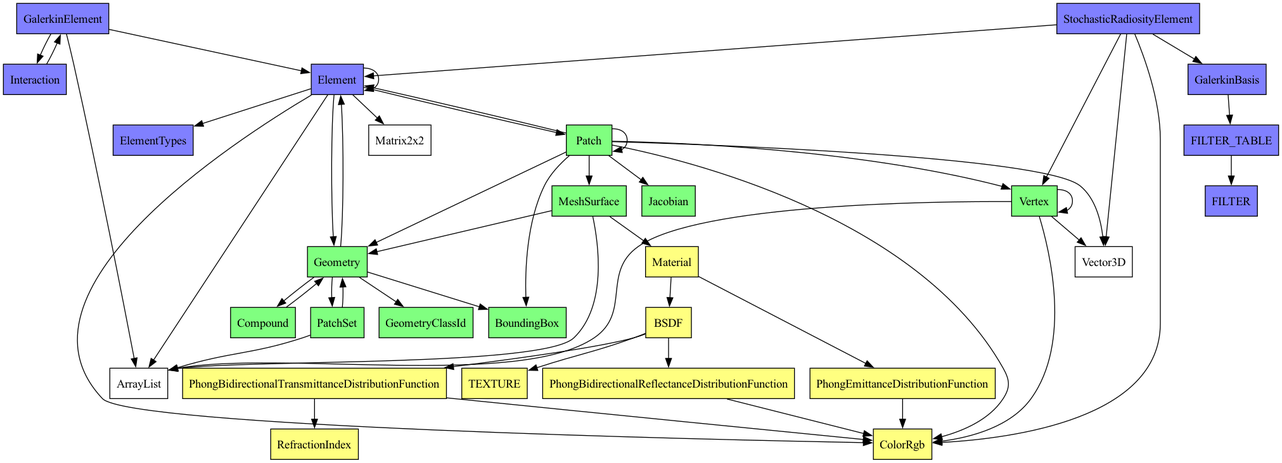
Earlier version of the Graphviz export doc/coreModelClasses.png (OscarChavarro/rpkCpp). Its source is kept beside it as doc/coreModelClasses.dot.
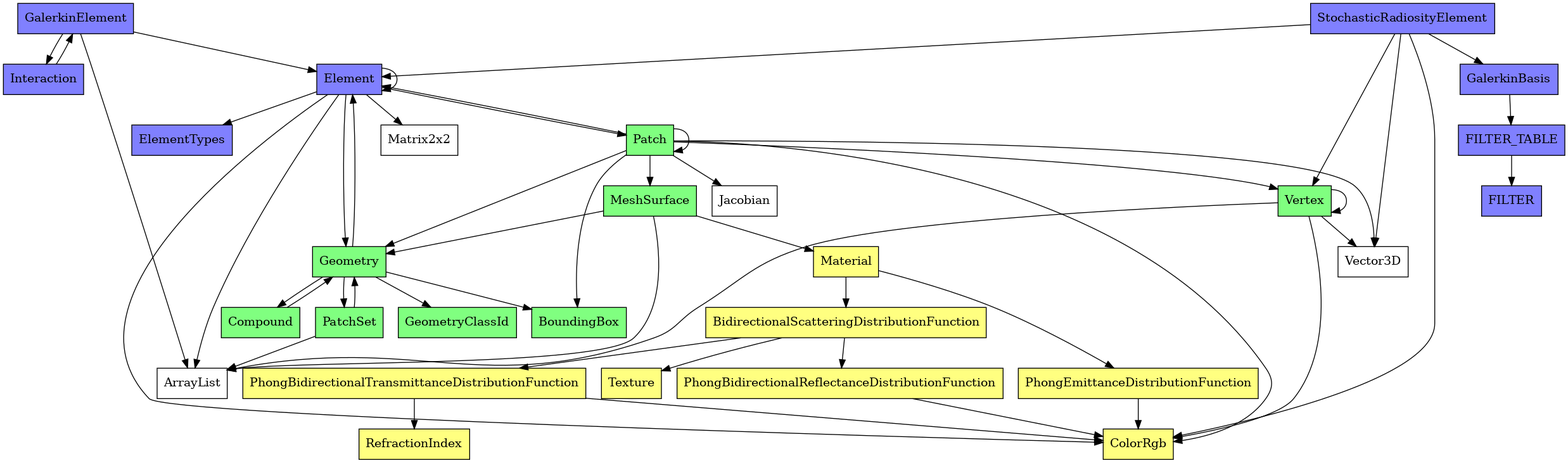
The same diagram one commit later.

Change to the diagram source:
```diff
@@ -18,14 +18,14 @@
     PatchSet [shape=box, style=filled, fillcolor="#80ff80"];
     Compound [shape=box, style=filled, fillcolor="#80ff80"];
     Vertex [shape=box, style=filled, fillcolor="#80ff80"];
-    Jacobian [shape=box, style=filled, fillcolor="#80ff80"];
+    Jacobian [shape=box];
     BoundingBox [shape=box, style=filled, fillcolor="#80ff80"];
     GeometryClassId [shape=box, style=filled, fillcolor="#80ff80"];
 
     Material [shape=box, style=filled, fillcolor="#ffff80"];
-    BSDF [shape=box, style=filled, fillcolor="#ffff80"];
+    BidirectionalScatteringDistributionFunction [shape=box, style=filled, fillcolor="#ffff80"];
     PhongEmittanceDistributionFunction [shape=box, style=filled, fillcolor="#ffff80"];
-    TEXTURE [shape=box, style=filled, fillcolor="#ffff80"];
+    Texture [shape=box, style=filled, fillcolor="#ffff80"];
     PhongBidirectionalTransmittanceDistributionFunction [shape=box, style=filled, fillcolor="#ffff80"];
     RefractionIndex [shape=box, style=filled, fillcolor="#ffff80"];
     PhongBidirectionalReflectanceDistributionFunction [shape=box, style=filled, fillcolor="#ffff80"];
@@ -66,11 +66,11 @@
     PhongBidirectionalReflectanceDistributionFunction -> ColorRgb;
     PhongBidirectionalTransmittanceDistributionFunction -> ColorRgb;
     PhongBidirectionalTransmittanceDistributionFunction -> RefractionIndex;
-    BSDF -> PhongBidirectionalReflectanceDistributionFunction;
-    BSDF -> PhongBidirectionalTransmittanceDistributionFunction;
-    BSDF -> TEXTURE;
+    BidirectionalScatteringDistributionFunction -> PhongBidirectionalReflectanceDistributionFunction;
+    BidirectionalScatteringDistributionFunction -> PhongBidirectionalTransmittanceDistributionFunction;
+    BidirectionalScatteringDistributionFunction -> Texture;
     Material -> PhongEmittanceDistributionFunction;
-    Material -> BSDF;
+    Material -> BidirectionalScatteringDistributionFunction;
     Geometry -> BoundingBox;
     Geometry -> Element;
     Geometry -> GeometryClassId;
```
